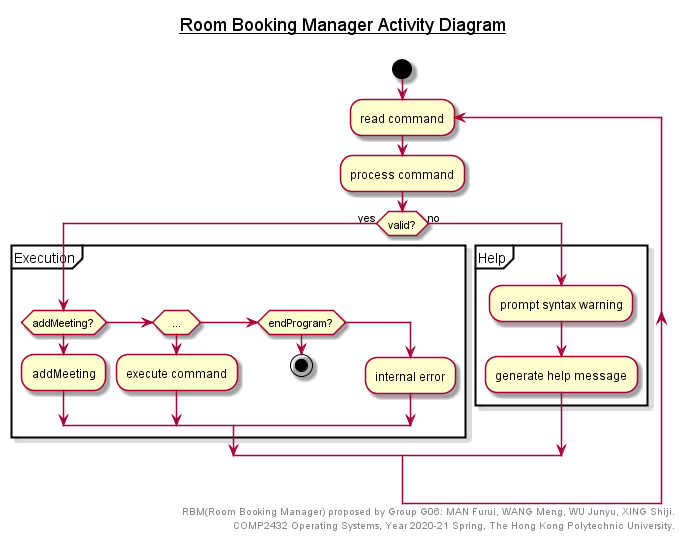
The PlantUML diagram res/img/activity_diagram.png in toolsmax0/COMP2432_RBM, before a commit.
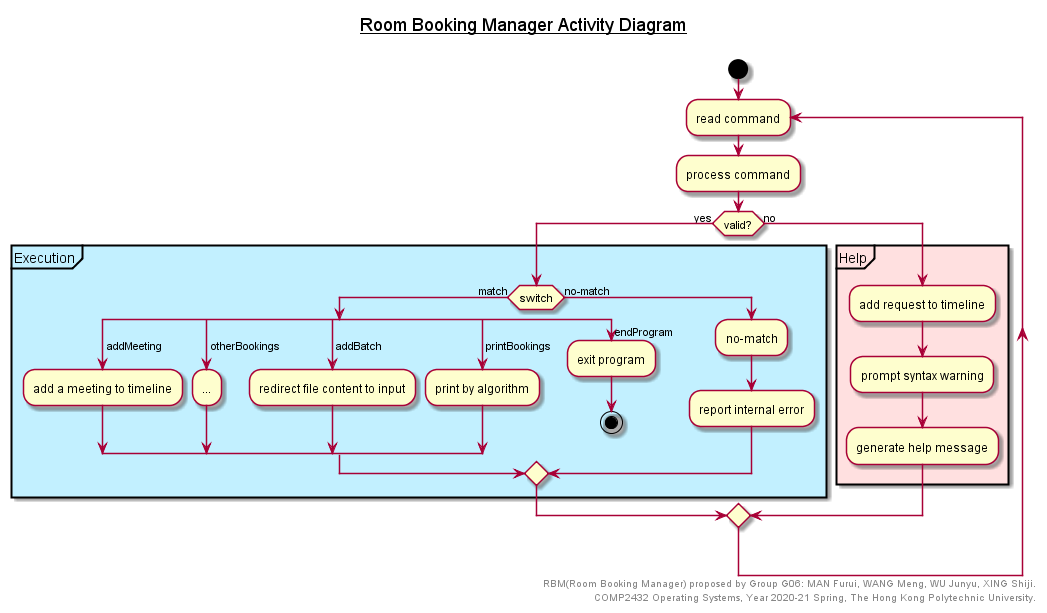
The same diagram one commit later.

Change to the diagram source:
```diff
@@ -1,30 +1,44 @@
 @startuml
 title __Room Booking Manager Activity Diagram__\n
 
-skinparam ConditionEndStyle hline
 skinparam BackgroundColor transparent
-skinparam PartitionBackgroundColor transparent
 
 start
-	repeat :read command;
+repeat :read command;
 	:process command;
 
-	if (valid?)
+	if (valid?) then
 		->yes;
-		partition Execution {
-			if (addMeeting?)
-				:addMeeting;
-			elseif (...)
-				:execute command;
-			elseif (endProgram?)
-				stop
+		partition Execution #application {
+			if (switch)
+				->match;
+			split
+				->addMeeting;
+				:add a meeting to timeline;
+			split again
+				->otherBookings;
+				:...;
+			split again
+				->addBatch;
+				:redirect file content to input;
+			split again
+				->printBookings;
+				:print by algorithm;
+			split again
+				->endProgram;
+				:exit program;
+				stop;
+			endsplit
 			else
-				:internal error;
+				->no-match;
+				:no-match;
+				:report internal error;
 			endif
 		}
 	else
 		->no;
-		partition Help {
+		partition Help #implementation {
+			:add request to timeline;
 			:prompt syntax warning;
 			:generate help message;
 		}
```
